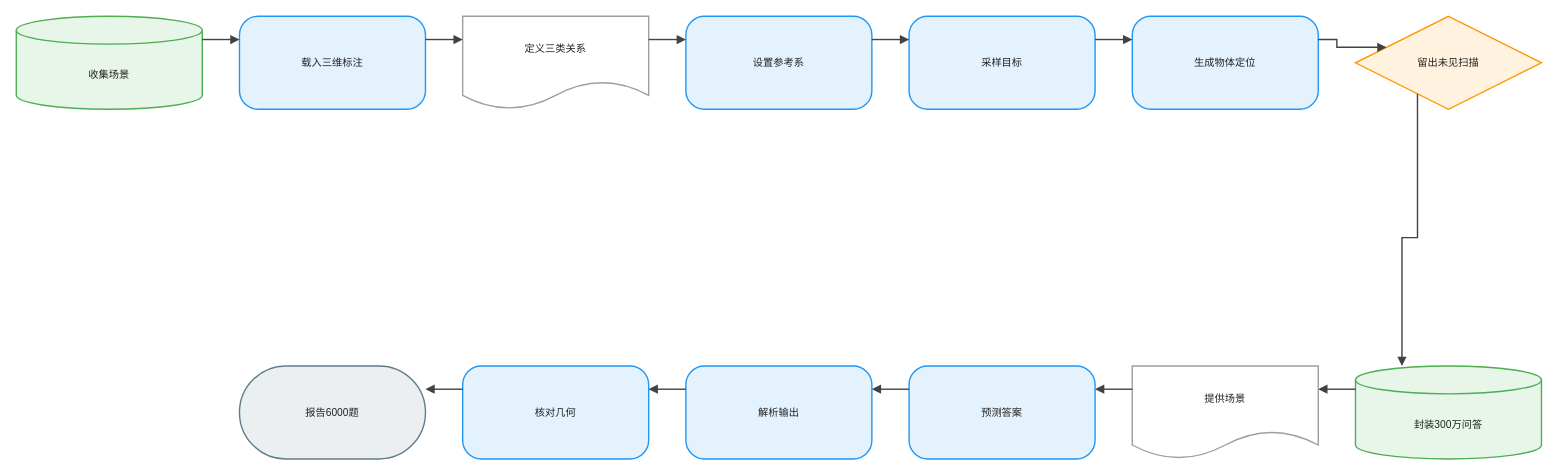
Above: client/public/drawio/RoboSpatial/RoboSpatial.zh.drawio in joe1chief/benchmark-hub (draw.io), before the change. Source tidied: cells renumbered, new cells numbered last; positions are measured from the earlier drawing's top-left corner, leaving out a move shared by most shapes. Both pictures are drawn from the tidied source at 93%, with x=0, y=0 at pixel (16, 16).
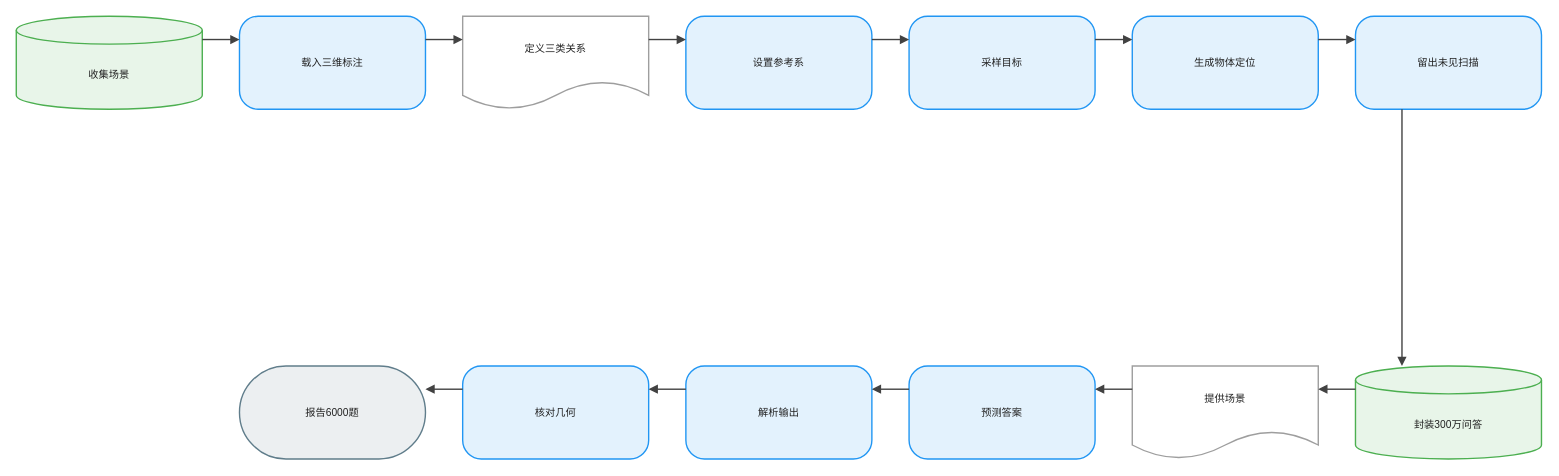
The same diagram, later.

Change to the diagram source:
```diff
@@
-    <mxCell id="8" value="留出未见扫描" style="rhombus;html=1;whiteSpace=wrap;fillColor=#FFF3E0;strokeColor=#FF9800;strokeWidth=1.5;fontColor=#212121;fontSize=11;fontFamily=Arial, Helvetica, sans-serif;verticalAlign=middle;align=center;" parent="1" vertex="1">
+    <mxCell id="8" value="留出未见扫描" style="rounded=1;arcSize=20;html=1;whiteSpace=wrap;fillColor=#E3F2FD;strokeColor=#2196F3;strokeWidth=1.5;fontColor=#212121;fontSize=11;fontFamily=Arial, Helvetica, sans-serif;verticalAlign=middle;align=center;" parent="1" vertex="1">
       <mxGeometry x="1440" width="200" height="100" as="geometry" />
     </mxCell>
```
